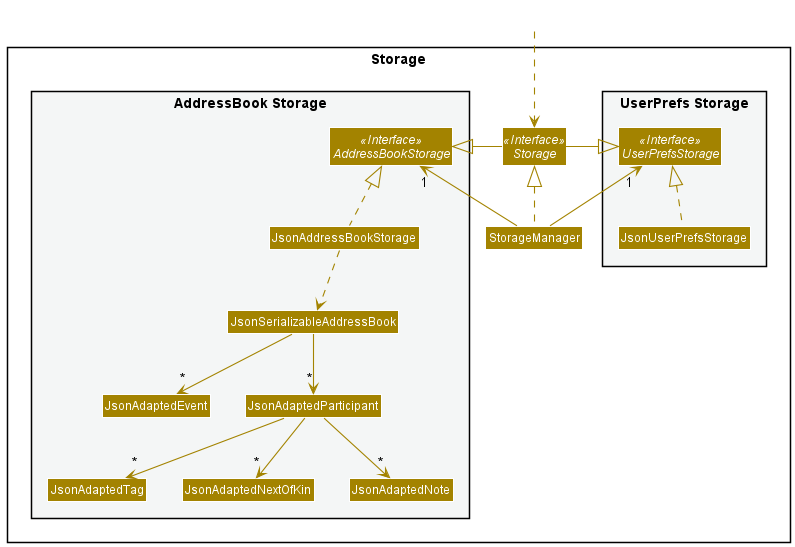
nus-cs2103-AY2122S1/tp keeps this PlantUML diagram as docs/images/StorageClassDiagram.png. Above is the earlier version.
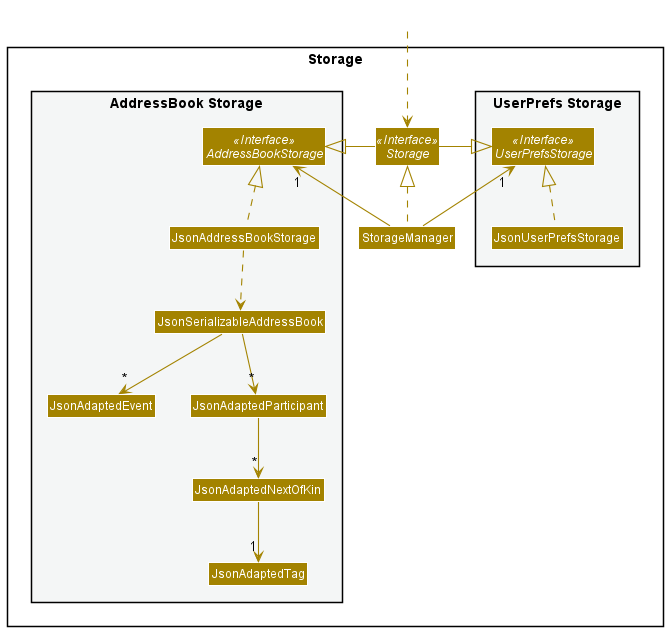
After the change.

Commit message:
Update Storage diagram

What changed in the source:
```diff
@@ -22,7 +22,6 @@
 Class JsonAdaptedParticipant
 Class JsonAdaptedTag
 Class JsonAdaptedNextOfKin
-Class JsonAdaptedNote
 }
 
 }
@@ -42,8 +41,7 @@
 JsonAddressBookStorage ..> JsonSerializableAddressBook
 JsonSerializableAddressBook --> "*" JsonAdaptedParticipant
 JsonSerializableAddressBook --> "*" JsonAdaptedEvent
-JsonAdaptedParticipant --> "*" JsonAdaptedTag
-JsonAdaptedParticipant --> "*" JsonAdaptedNote
 JsonAdaptedParticipant --> "*" JsonAdaptedNextOfKin
+JsonAdaptedNextOfKin --> "1" JsonAdaptedTag
 
 @enduml
```
